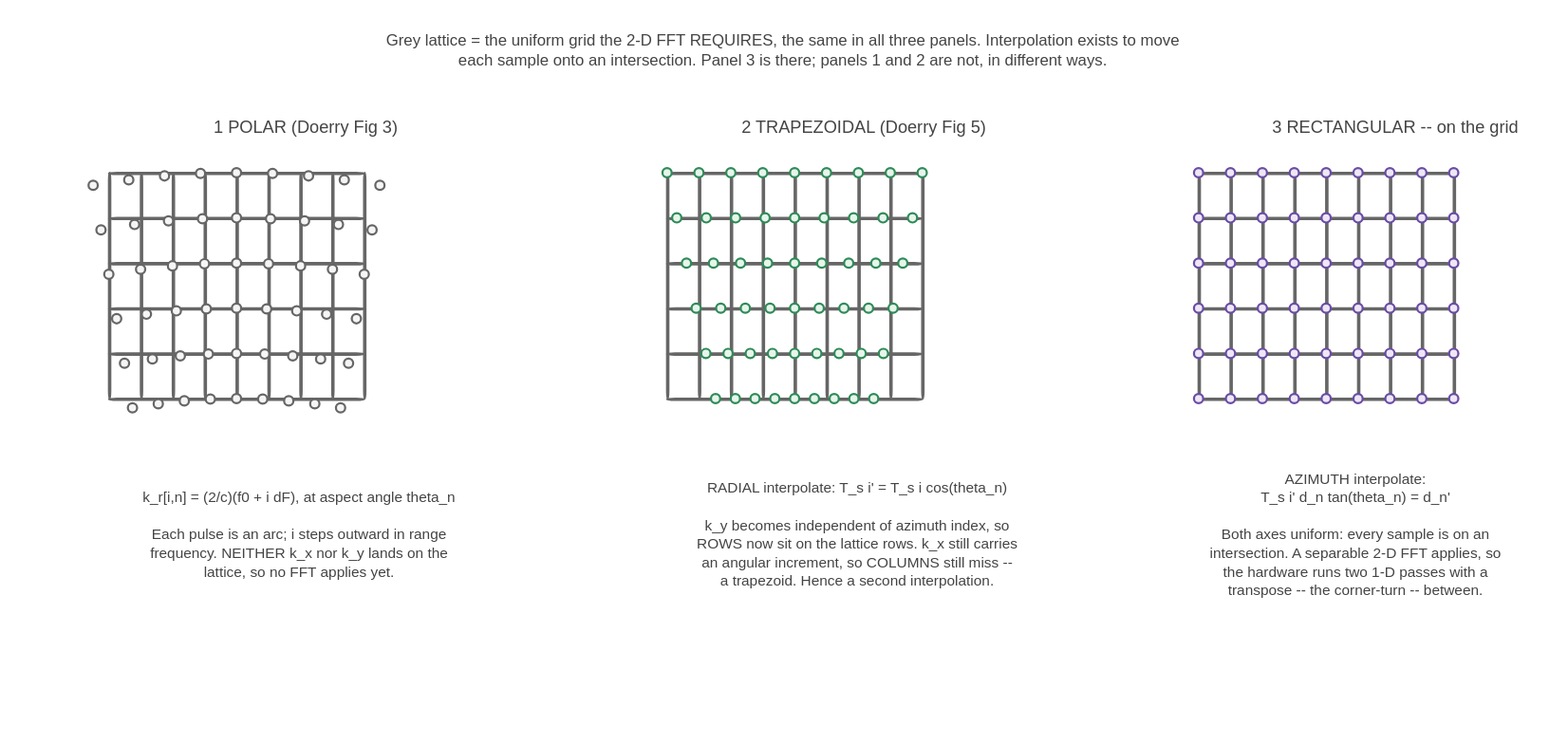
futureproofbear/mpfs250t-sar-ifp keeps this draw.io diagram as docs/slides/diagrams/fig-sar-kspace.drawio.svg. Above is the earlier version. Source tidied: cells renumbered, new cells last; positions are measured from the earlier drawing's top-left corner, leaving out a move shared by most shapes.
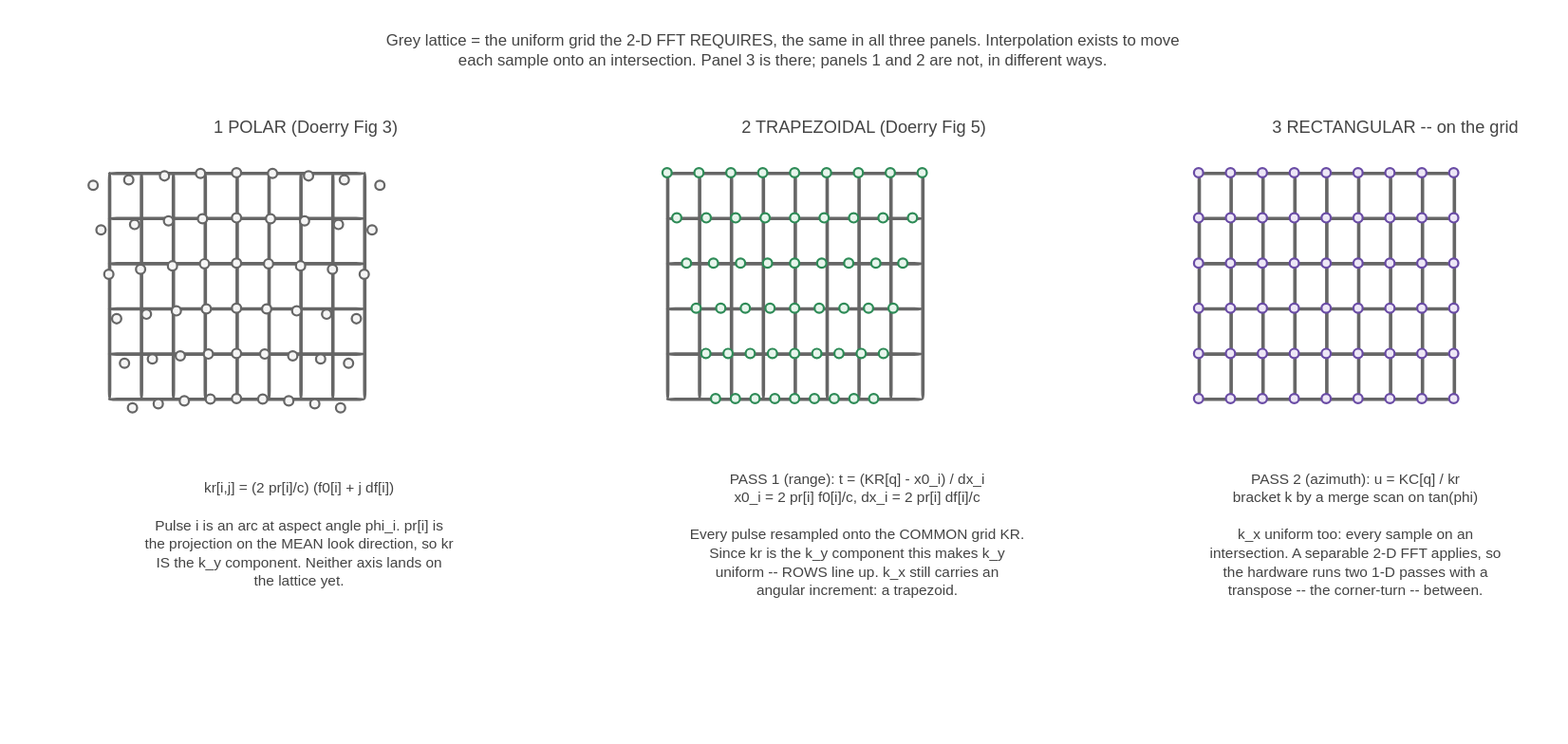
After the change.

What changed in the source:
```diff
@@ -635,13 +635,13 @@
     <mxCell id="212" style="rounded=1;whiteSpace=wrap;html=1;fillColor=#EDE7F6;strokeColor=#6A4CA5;fontSize=13;fontFamily=Helvetica;align=center;verticalAlign=middle;" parent="1" vertex="1">
       <mxGeometry x="1066.5" y="282.5" width="7" height="7" as="geometry" />
     </mxCell>
-    <mxCell id="213" value="k_r[i,n] = (2/c)(f0 + i dF), at aspect angle theta_n&#10;&#10;Each pulse is an arc; i steps outward in range&#10;frequency. NEITHER k_x nor k_y lands on the&#10;lattice, so no FFT applies yet." style="text;html=1;strokeColor=none;fillColor=none;align=center;verticalAlign=middle;fontSize=11;fontFamily=Helvetica;" parent="1" vertex="1">
+    <mxCell id="213" value="kr[i,j] = (2 pr[i]/c) (f0[i] + j df[i])&#10;&#10;Pulse i is an arc at aspect angle phi_i. pr[i] is&#10;the projection on the MEAN look direction, so kr&#10;IS the k_y component. Neither axis lands on&#10;the lattice yet." style="text;html=1;strokeColor=none;fillColor=none;align=center;verticalAlign=middle;fontSize=11;fontFamily=Helvetica;" parent="1" vertex="1">
       <mxGeometry x="16" y="336" width="370" height="104" as="geometry" />
     </mxCell>
-    <mxCell id="214" value="RADIAL interpolate:  T_s i' = T_s i cos(theta_n)&#10;&#10;k_y becomes independent of azimuth index, so&#10;ROWS now sit on the lattice rows. k_x still carries&#10;an angular increment, so COLUMNS still miss --&#10;a trapezoid. Hence a second interpolation." style="text;html=1;strokeColor=none;fillColor=none;align=center;verticalAlign=middle;fontSize=11;fontFamily=Helvetica;" parent="1" vertex="1">
+    <mxCell id="214" value="PASS 1 (range):  t = (KR[q] - x0_i) / dx_i&#10;   x0_i = 2 pr[i] f0[i]/c,   dx_i = 2 pr[i] df[i]/c&#10;&#10;Every pulse resampled onto the COMMON grid KR.&#10;Since kr is the k_y component this makes k_y&#10;uniform -- ROWS line up. k_x still carries an&#10;angular increment: a trapezoid." style="text;html=1;strokeColor=none;fillColor=none;align=center;verticalAlign=middle;fontSize=11;fontFamily=Helvetica;" parent="1" vertex="1">
       <mxGeometry x="426" y="336" width="390" height="104" as="geometry" />
     </mxCell>
-    <mxCell id="215" value="AZIMUTH interpolate:&#10;   T_s i' d_n tan(theta_n) = d_n'&#10;&#10;Both axes uniform: every sample is on an&#10;intersection. A separable 2-D FFT applies, so&#10;the hardware runs two 1-D passes with a&#10;transpose -- the corner-turn -- between." style="text;html=1;strokeColor=none;fillColor=none;align=center;verticalAlign=middle;fontSize=11;fontFamily=Helvetica;" parent="1" vertex="1">
+    <mxCell id="215" value="PASS 2 (azimuth):  u = KC[q] / kr&#10;   bracket k by a merge scan on tan(phi)&#10;&#10;k_x uniform too: every sample on an&#10;intersection. A separable 2-D FFT applies, so&#10;the hardware runs two 1-D passes with a&#10;transpose -- the corner-turn -- between." style="text;html=1;strokeColor=none;fillColor=none;align=center;verticalAlign=middle;fontSize=11;fontFamily=Helvetica;" parent="1" vertex="1">
       <mxGeometry x="846" y="336" width="300" height="104" as="geometry" />
     </mxCell>
   </root>
```
